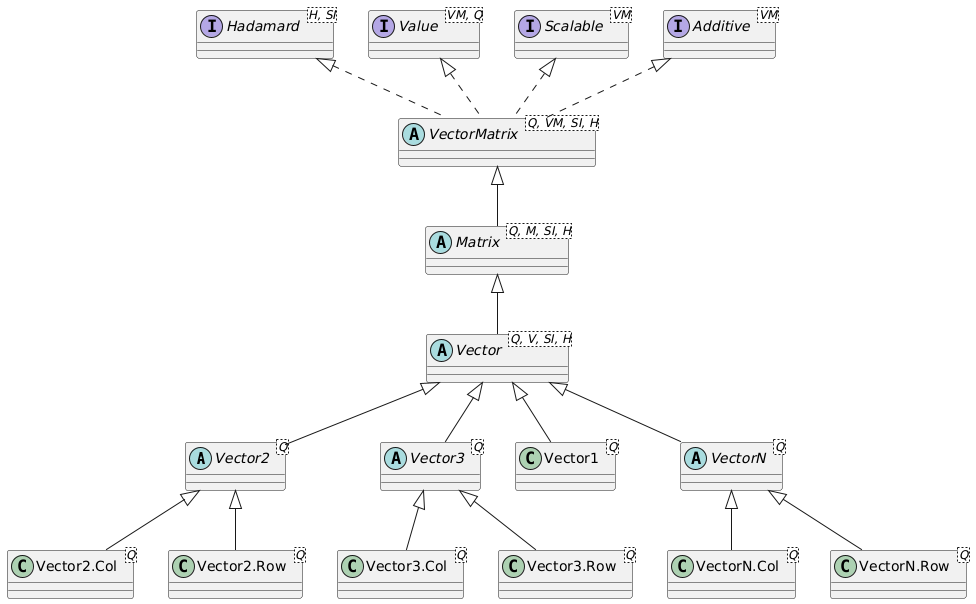
Before: docs/images/vector.png, a diagram exported from PlantUML (averbraeck/djunits).
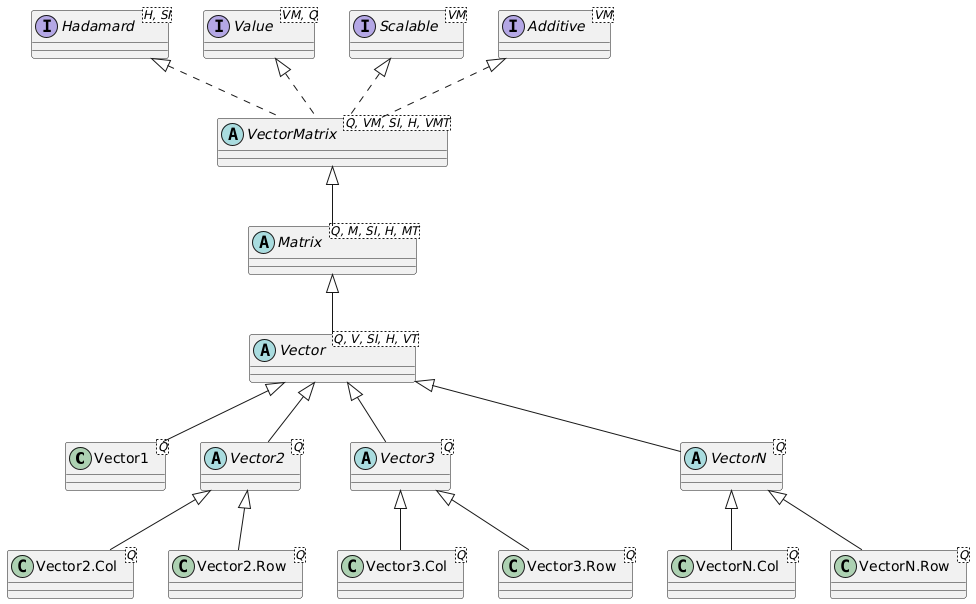
After the commit.

Diff of the diagram source:
```diff
@@ -1,18 +1,18 @@
 @startuml
+class Vector1<Q>
 abstract class Vector2<Q>
 abstract class Vector3<Q>
-class Vector1<Q>
+abstract class VectorN<Q>
 class "Vector2.Col<Q>" as V2Col
 class "Vector2.Row<Q>" as V2Row
 class "Vector3.Col<Q>" as V3Col
 class "Vector3.Row<Q>" as V3Row
 class "VectorN.Col<Q>" as VNCol
 class "VectorN.Row<Q>" as VNRow
-abstract class VectorN<Q>
 
-abstract class VectorMatrix<Q, VM, SI, H>
-abstract class Matrix<Q, M, SI, H>
-abstract class Vector<Q, V, SI, H>
+abstract class VectorMatrix<Q, VM, SI, H, VMT>
+abstract class Matrix<Q, M, SI, H, MT>
+abstract class Vector<Q, V, SI, H, VT>
 
 interface Hadamard<H, SI>
 interface Value<VM, Q>
```
